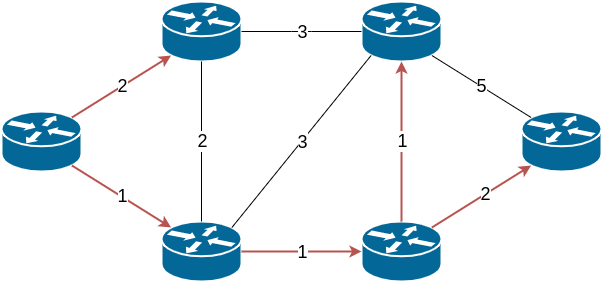
The draw.io diagram Computer Networking/assets/dls_1.png in edoriggio/cs-cheatsheets, before a commit. Source tidied: cells renumbered, new cells last; positions are measured from the earlier drawing's top-left corner, leaving out a move shared by most shapes.
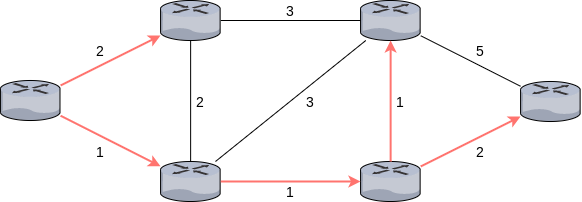
Above is the later version.

The edit, as a diff of the source:
```diff
@@ -2,104 +2,77 @@
   <root>
     <mxCell id="0" />
     <mxCell id="1" parent="0" />
-    <mxCell id="2" style="group;" parent="1" vertex="1">
-      <mxGeometry width="600" height="280" as="geometry" />
+    <mxCell id="2" style="verticalLabelPosition=bottom;html=1;verticalAlign=top;strokeColor=none;align=center;outlineConnect=0;shape=mxgraph.citrix.router;" parent="1" vertex="1">
+      <mxGeometry width="60.3" height="40" as="geometry" />
     </mxCell>
-    <mxCell id="3" style="shape=mxgraph.cisco.routers.router;html=1;dashed=0;fillColor=#036897;strokeColor=#ffffff;strokeWidth=2;verticalLabelPosition=bottom;verticalAlign=top;align=center;outlineConnect=0;" parent="2" vertex="1">
-      <mxGeometry y="110" width="80" height="60" as="geometry" />
+    <mxCell id="3" style="verticalLabelPosition=bottom;html=1;verticalAlign=top;strokeColor=none;align=center;outlineConnect=0;shape=mxgraph.citrix.router;" parent="1" vertex="1">
+      <mxGeometry x="160.1" y="-80" width="60.3" height="40" as="geometry" />
     </mxCell>
-    <mxCell id="4" style="shape=mxgraph.cisco.routers.router;html=1;dashed=0;fillColor=#036897;strokeColor=#ffffff;strokeWidth=2;verticalLabelPosition=bottom;verticalAlign=top;align=center;outlineConnect=0;" parent="2" vertex="1">
-      <mxGeometry x="160" width="80" height="60" as="geometry" />
+    <mxCell id="4" style="verticalLabelPosition=bottom;html=1;verticalAlign=top;strokeColor=none;align=center;outlineConnect=0;shape=mxgraph.citrix.router;" parent="1" vertex="1">
+      <mxGeometry x="160.1" y="81" width="60.3" height="40" as="geometry" />
     </mxCell>
-    <mxCell id="5" style="shape=mxgraph.cisco.routers.router;html=1;dashed=0;fillColor=#036897;strokeColor=#ffffff;strokeWidth=2;verticalLabelPosition=bottom;verticalAlign=top;align=center;outlineConnect=0;" parent="2" vertex="1">
-      <mxGeometry x="160" y="220" width="80" height="60" as="geometry" />
+    <mxCell id="5" style="verticalLabelPosition=bottom;html=1;verticalAlign=top;strokeColor=none;align=center;outlineConnect=0;shape=mxgraph.citrix.router;" parent="1" vertex="1">
+      <mxGeometry x="360.1" y="-80" width="60.3" height="40" as="geometry" />
     </mxCell>
-    <mxCell id="6" style="shape=mxgraph.cisco.routers.router;html=1;dashed=0;fillColor=#036897;strokeColor=#ffffff;strokeWidth=2;verticalLabelPosition=bottom;verticalAlign=top;align=center;outlineConnect=0;" parent="2" vertex="1">
-      <mxGeometry x="360" y="220" width="80" height="60" as="geometry" />
+    <mxCell id="6" style="verticalLabelPosition=bottom;html=1;verticalAlign=top;strokeColor=none;align=center;outlineConnect=0;shape=mxgraph.citrix.router;" parent="1" vertex="1">
+      <mxGeometry x="360.1" y="81" width="60.3" height="40" as="geometry" />
     </mxCell>
-    <mxCell id="7" style="shape=mxgraph.cisco.routers.router;html=1;dashed=0;fillColor=#036897;strokeColor=#ffffff;strokeWidth=2;verticalLabelPosition=bottom;verticalAlign=top;align=center;outlineConnect=0;" parent="2" vertex="1">
-      <mxGeometry x="360" width="80" height="60" as="geometry" />
+    <mxCell id="7" style="verticalLabelPosition=bottom;html=1;verticalAlign=top;strokeColor=none;align=center;outlineConnect=0;shape=mxgraph.citrix.router;" parent="1" vertex="1">
+      <mxGeometry x="520.1" y="1" width="60.3" height="40" as="geometry" />
     </mxCell>
-    <mxCell id="8" style="shape=mxgraph.cisco.routers.router;html=1;dashed=0;fillColor=#036897;strokeColor=#ffffff;strokeWidth=2;verticalLabelPosition=bottom;verticalAlign=top;align=center;outlineConnect=0;" parent="2" vertex="1">
-      <mxGeometry x="520" y="110" width="80" height="60" as="geometry" />
+    <mxCell id="8" style="endArrow=classic;html=1;strokeColor=#FF746F;strokeWidth=2;endFill=1;" parent="1" edge="1" source="2" target="3">
+      <mxGeometry relative="1" as="geometry" />
     </mxCell>
-    <mxCell id="9" style="endArrow=classic;html=1;entryX=0.12;entryY=0.9;entryDx=0;entryDy=0;entryPerimeter=0;exitX=0.88;exitY=0.1;exitDx=0;exitDy=0;exitPerimeter=0;textDirection=ltr;strokeWidth=2;fillColor=#f8cecc;strokeColor=#b85450;endFill=1;" parent="2" edge="1" source="3" target="4">
+    <mxCell id="9" style="endArrow=none;html=1;" parent="1" edge="1" source="3" target="5">
       <mxGeometry relative="1" as="geometry" />
     </mxCell>
-    <mxCell id="10" value="2" style="edgeLabel;html=1;align=center;verticalAlign=middle;fontSize=18;" parent="9" vertex="1">
-      <mxGeometry x="0.09" relative="1" as="geometry">
-        <mxPoint x="-4.3" y="2" as="offset" />
-      </mxGeometry>
+    <mxCell id="10" style="endArrow=classic;html=1;strokeColor=#FF746F;strokeWidth=2;endFill=1;" parent="1" edge="1" source="2" target="4">
+      <mxGeometry relative="1" as="geometry" />
     </mxCell>
-    <mxCell id="11" style="endArrow=classic;html=1;exitX=0.88;exitY=0.9;exitDx=0;exitDy=0;exitPerimeter=0;entryX=0.12;entryY=0.1;entryDx=0;entryDy=0;entryPerimeter=0;fillColor=#f8cecc;strokeColor=#b85450;strokeWidth=2;endFill=1;" parent="2" edge="1" source="3" target="5">
+    <mxCell id="11" style="endArrow=classic;html=1;strokeColor=#FF746F;strokeWidth=2;endFill=1;" parent="1" edge="1" source="4" target="6">
       <mxGeometry relative="1" as="geometry" />
     </mxCell>
-    <mxCell id="12" value="1" style="edgeLabel;html=1;align=center;verticalAlign=middle;fontSize=18;" parent="11" vertex="1">
-      <mxGeometry x="0.08" relative="1" as="geometry">
-        <mxPoint x="-3.9" y="-3" as="offset" />
-      </mxGeometry>
+    <mxCell id="12" style="endArrow=none;html=1;" parent="1" edge="1" source="4" target="3">
+      <mxGeometry relative="1" as="geometry" />
     </mxCell>
-    <mxCell id="13" style="endArrow=none;html=1;entryX=0.5;entryY=1;entryDx=0;entryDy=0;entryPerimeter=0;exitX=0.5;exitY=0;exitDx=0;exitDy=0;exitPerimeter=0;" parent="2" edge="1" source="5" target="4">
+    <mxCell id="13" style="endArrow=none;html=1;" parent="1" edge="1" source="4" target="5">
       <mxGeometry relative="1" as="geometry" />
     </mxCell>
-    <mxCell id="14" value="2" style="edgeLabel;html=1;align=center;verticalAlign=middle;fontSize=18;" parent="13" vertex="1">
-      <mxGeometry x="0.14" relative="1" as="geometry">
-        <mxPoint y="11.2" as="offset" />
-      </mxGeometry>
+    <mxCell id="14" style="endArrow=classic;html=1;strokeColor=#FF746F;strokeWidth=2;endFill=1;" parent="1" edge="1" source="6" target="5">
+      <mxGeometry relative="1" as="geometry" />
     </mxCell>
-    <mxCell id="15" style="endArrow=none;html=1;exitX=1;exitY=0.5;exitDx=0;exitDy=0;exitPerimeter=0;entryX=0;entryY=0.5;entryDx=0;entryDy=0;entryPerimeter=0;" parent="2" edge="1" source="4" target="7">
-      <mxGeometry relative="1" as="geometry">
-        <Array as="points">
-          <mxPoint x="300" y="30" />
-        </Array>
-      </mxGeometry>
+    <mxCell id="15" style="endArrow=classic;html=1;strokeColor=#FF746F;strokeWidth=2;endFill=1;" parent="1" edge="1" source="6" target="7">
+      <mxGeometry relative="1" as="geometry" />
     </mxCell>
-    <mxCell id="16" value="3" style="edgeLabel;html=1;align=center;verticalAlign=middle;fontSize=18;" parent="15" vertex="1">
-      <mxGeometry x="0.07" relative="1" as="geometry">
-        <mxPoint x="-4.3" as="offset" />
-      </mxGeometry>
+    <mxCell id="16" style="endArrow=none;html=1;" parent="1" edge="1" source="5" target="7">
+      <mxGeometry relative="1" as="geometry" />
     </mxCell>
-    <mxCell id="17" style="endArrow=classic;html=1;exitX=1;exitY=0.5;exitDx=0;exitDy=0;exitPerimeter=0;entryX=0;entryY=0.5;entryDx=0;entryDy=0;entryPerimeter=0;strokeWidth=2;fillColor=#f8cecc;strokeColor=#b85450;endFill=1;" parent="2" edge="1" source="5" target="6">
-      <mxGeometry relative="1" as="geometry">
-        <Array as="points">
-          <mxPoint x="340" y="250" />
-        </Array>
-      </mxGeometry>
+    <mxCell id="17" value="2" style="text;html=1;strokeColor=none;fillColor=none;align=center;verticalAlign=middle;whiteSpace=wrap;rounded=0;fontSize=14;" parent="1" vertex="1">
+      <mxGeometry x="90.1" y="-40" width="20" height="20" as="geometry" />
     </mxCell>
-    <mxCell id="18" value="1" style="edgeLabel;html=1;align=center;verticalAlign=middle;fontSize=18;" parent="17" vertex="1">
-      <mxGeometry x="0.04" relative="1" as="geometry">
-        <mxPoint x="-2.4" as="offset" />
-      </mxGeometry>
+    <mxCell id="18" value="1" style="text;html=1;strokeColor=none;fillColor=none;align=center;verticalAlign=middle;whiteSpace=wrap;rounded=0;fontSize=14;" parent="1" vertex="1">
+      <mxGeometry x="90.1" y="61" width="20" height="20" as="geometry" />
     </mxCell>
-    <mxCell id="19" style="endArrow=none;html=1;exitX=0.88;exitY=0.1;exitDx=0;exitDy=0;exitPerimeter=0;entryX=0.12;entryY=0.9;entryDx=0;entryDy=0;entryPerimeter=0;" parent="2" edge="1" source="5" target="7">
-      <mxGeometry relative="1" as="geometry" />
+    <mxCell id="19" value="3" style="text;html=1;strokeColor=none;fillColor=none;align=center;verticalAlign=middle;whiteSpace=wrap;rounded=0;fontSize=14;" parent="1" vertex="1">
+      <mxGeometry x="280.1" y="-80" width="20" height="20" as="geometry" />
     </mxCell>
-    <mxCell id="20" value="3" style="edgeLabel;html=1;align=center;verticalAlign=middle;fontSize=18;" parent="19" vertex="1">
-      <mxGeometry x="0.07" y="-1" relative="1" as="geometry">
-        <mxPoint x="-5.7" y="5.4" as="offset" />
-      </mxGeometry>
+    <mxCell id="20" value="2" style="text;html=1;strokeColor=none;fillColor=none;align=center;verticalAlign=middle;whiteSpace=wrap;rounded=0;fontSize=14;" parent="1" vertex="1">
+      <mxGeometry x="190.1" y="11" width="20" height="20" as="geometry" />
     </mxCell>
-    <mxCell id="21" style="endArrow=classic;html=1;entryX=0.5;entryY=1;entryDx=0;entryDy=0;entryPerimeter=0;exitX=0.5;exitY=0;exitDx=0;exitDy=0;exitPerimeter=0;strokeWidth=2;fillColor=#f8cecc;strokeColor=#b85450;endFill=1;" parent="2" edge="1" source="6" target="7">
-      <mxGeometry relative="1" as="geometry" />
+    <mxCell id="21" value="3" style="text;html=1;strokeColor=none;fillColor=none;align=center;verticalAlign=middle;whiteSpace=wrap;rounded=0;fontSize=14;" parent="1" vertex="1">
+      <mxGeometry x="300.1" y="11" width="20" height="20" as="geometry" />
     </mxCell>
-    <mxCell id="22" value="1" style="edgeLabel;html=1;align=center;verticalAlign=middle;fontSize=18;" parent="21" vertex="1">
-      <mxGeometry x="0.17" y="-1" relative="1" as="geometry">
-        <mxPoint x="-1" y="13.6" as="offset" />
-      </mxGeometry>
+    <mxCell id="22" value="1" style="text;html=1;strokeColor=none;fillColor=none;align=center;verticalAlign=middle;whiteSpace=wrap;rounded=0;fontSize=14;" parent="1" vertex="1">
+      <mxGeometry x="280.1" y="101" width="20" height="20" as="geometry" />
     </mxCell>
-    <mxCell id="23" style="endArrow=none;html=1;exitX=0.88;exitY=0.9;exitDx=0;exitDy=0;exitPerimeter=0;entryX=0.12;entryY=0.1;entryDx=0;entryDy=0;entryPerimeter=0;" parent="2" edge="1" source="7" target="8">
-      <mxGeometry relative="1" as="geometry" />
+    <mxCell id="23" value="2" style="text;html=1;strokeColor=none;fillColor=none;align=center;verticalAlign=middle;whiteSpace=wrap;rounded=0;fontSize=14;" parent="1" vertex="1">
+      <mxGeometry x="470.1" y="61" width="20" height="20" as="geometry" />
     </mxCell>
-    <mxCell id="24" value="5" style="edgeLabel;html=1;align=center;verticalAlign=middle;fontSize=18;" parent="23" vertex="1">
-      <mxGeometry x="-0.06" y="-2" relative="1" as="geometry">
-        <mxPoint x="4.2" as="offset" />
-      </mxGeometry>
+    <mxCell id="24" value="1" style="text;html=1;strokeColor=none;fillColor=none;align=center;verticalAlign=middle;whiteSpace=wrap;rounded=0;fontSize=14;" parent="1" vertex="1">
+      <mxGeometry x="390.1" y="11" width="20" height="20" as="geometry" />
     </mxCell>
-    <mxCell id="25" style="endArrow=classic;html=1;exitX=0.88;exitY=0.1;exitDx=0;exitDy=0;exitPerimeter=0;entryX=0.12;entryY=0.9;entryDx=0;entryDy=0;entryPerimeter=0;fillColor=#f8cecc;strokeColor=#b85450;strokeWidth=2;endFill=1;" parent="2" edge="1" source="6" target="8">
-      <mxGeometry relative="1" as="geometry" />
+    <mxCell id="25" value="5" style="text;html=1;strokeColor=none;fillColor=none;align=center;verticalAlign=middle;whiteSpace=wrap;rounded=0;fontSize=14;" parent="1" vertex="1">
+      <mxGeometry x="470.1" y="-40" width="20" height="20" as="geometry" />
     </mxCell>
-    <mxCell id="26" value="2" style="edgeLabel;html=1;align=center;verticalAlign=middle;fontSize=18;" parent="25" vertex="1">
-      <mxGeometry x="0.08" y="1" relative="1" as="geometry" />
-    </mxCell>
   </root>
 </mxGraphModel>
```
